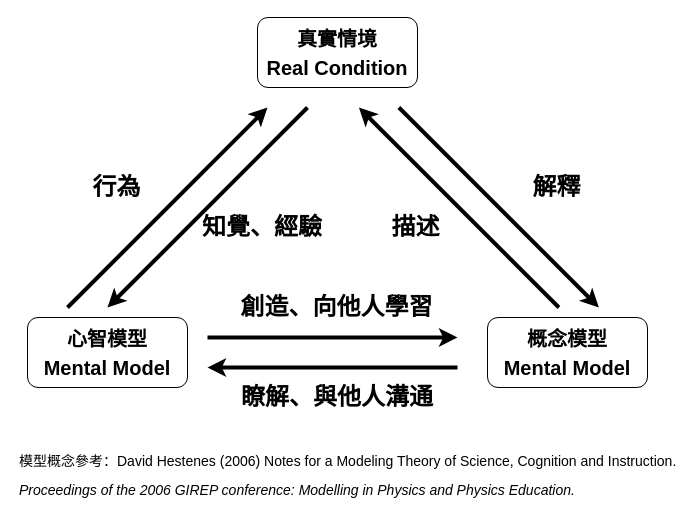
This is source/_drafts/iron-2020-new/draw/1-2-mental-models.drawio from shawnlin0201/shawnlin0201.github.io, a draw.io file, before an edit. Source tidied: cells renumbered, new cells numbered last; positions are measured from the earlier drawing's top-left corner, leaving out a move shared by most shapes. Both pictures are drawn from the tidied source at 100%, with x=0, y=0 at pixel (17, 17).
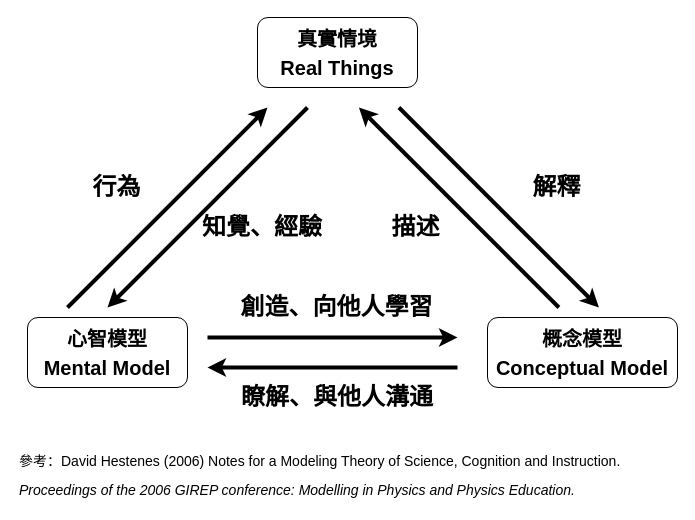
The same diagram, later.

The edit, as a diff of the source:
```diff
@@
-    <mxCell id="3" value="&lt;font style=&quot;font-size: 20px&quot;&gt;概念模型&lt;br&gt;Mental Model&lt;/font&gt;" style="rounded=1;whiteSpace=wrap;html=1;fontFamily=微軟正黑體;fontSize=24;fontStyle=1;" parent="1" vertex="1">
-      <mxGeometry x="470" y="300" width="160" height="70" as="geometry" />
+    <mxCell id="3" value="&lt;font style=&quot;font-size: 20px&quot;&gt;概念模型&lt;br&gt;Conceptual Model&lt;/font&gt;" style="rounded=1;whiteSpace=wrap;html=1;fontFamily=微軟正黑體;fontSize=24;fontStyle=1;" parent="1" vertex="1">
+      <mxGeometry x="470" y="300" width="190" height="70" as="geometry" />
     </mxCell>
-    <mxCell id="4" value="&lt;font style=&quot;font-size: 20px&quot;&gt;真實情境&lt;br&gt;Real Condition&lt;/font&gt;" style="rounded=1;whiteSpace=wrap;html=1;fontFamily=微軟正黑體;fontSize=24;fontStyle=1;" parent="1" vertex="1">
+    <mxCell id="4" value="&lt;font style=&quot;font-size: 20px&quot;&gt;真實情境&lt;br&gt;Real Things&lt;/font&gt;" style="rounded=1;whiteSpace=wrap;html=1;fontFamily=微軟正黑體;fontSize=24;fontStyle=1;" parent="1" vertex="1">
       <mxGeometry x="240" width="160" height="70" as="geometry" />
     </mxCell>
@@
-    <mxCell id="11" value="&lt;font style=&quot;font-size: 14px&quot;&gt;模型概念參考：David Hestenes (2006) Notes for a Modeling Theory of Science, Cognition and Instruction. &lt;i&gt;Proceedings of the 2006 GIREP conference: Modelling in Physics and Physics Education.&lt;/i&gt;&lt;/font&gt;" style="text;whiteSpace=wrap;html=1;fontSize=24;fontFamily=微軟正黑體;" parent="1" vertex="1">
+    <mxCell id="11" value="&lt;font style=&quot;font-size: 14px&quot;&gt;參考：David Hestenes (2006) Notes for a Modeling Theory of Science, Cognition and Instruction. &lt;i&gt;Proceedings of the 2006 GIREP conference: Modelling in Physics and Physics Education.&lt;/i&gt;&lt;/font&gt;" style="text;whiteSpace=wrap;html=1;fontSize=24;fontFamily=微軟正黑體;" parent="1" vertex="1">
       <mxGeometry y="420" width="660" as="geometry" />
     </mxCell>
```
